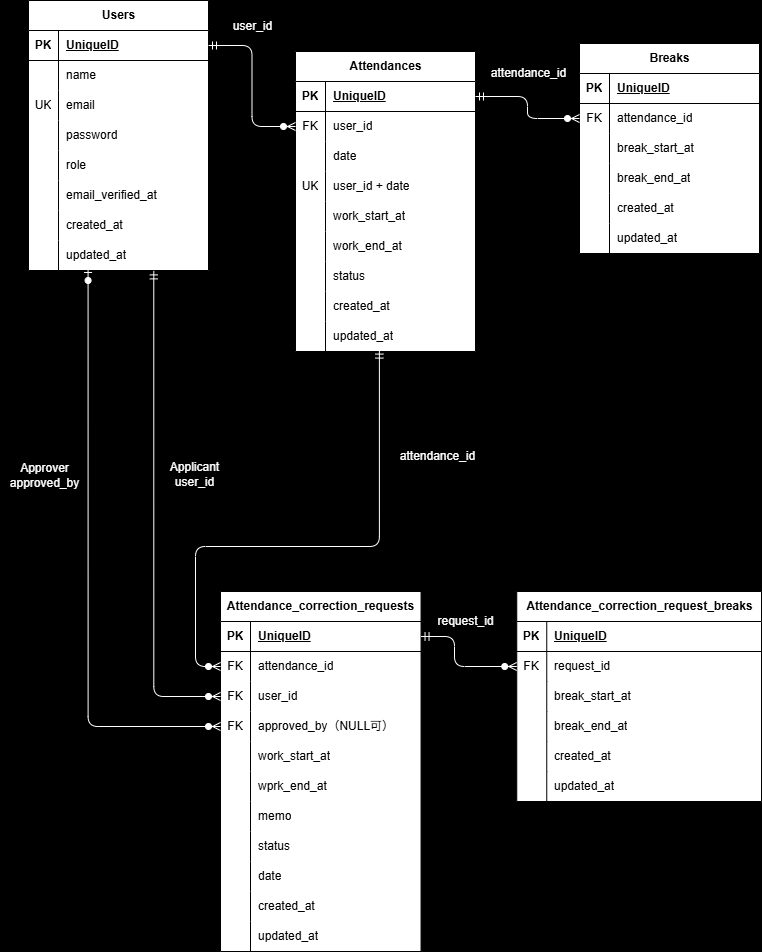
Above: index.drawio.png in lesser-fam/Mock-case2 (draw.io), before the change. Source tidied: cells renumbered, new cells last; positions are measured from the earlier drawing's top-left corner, leaving out a move shared by most shapes.
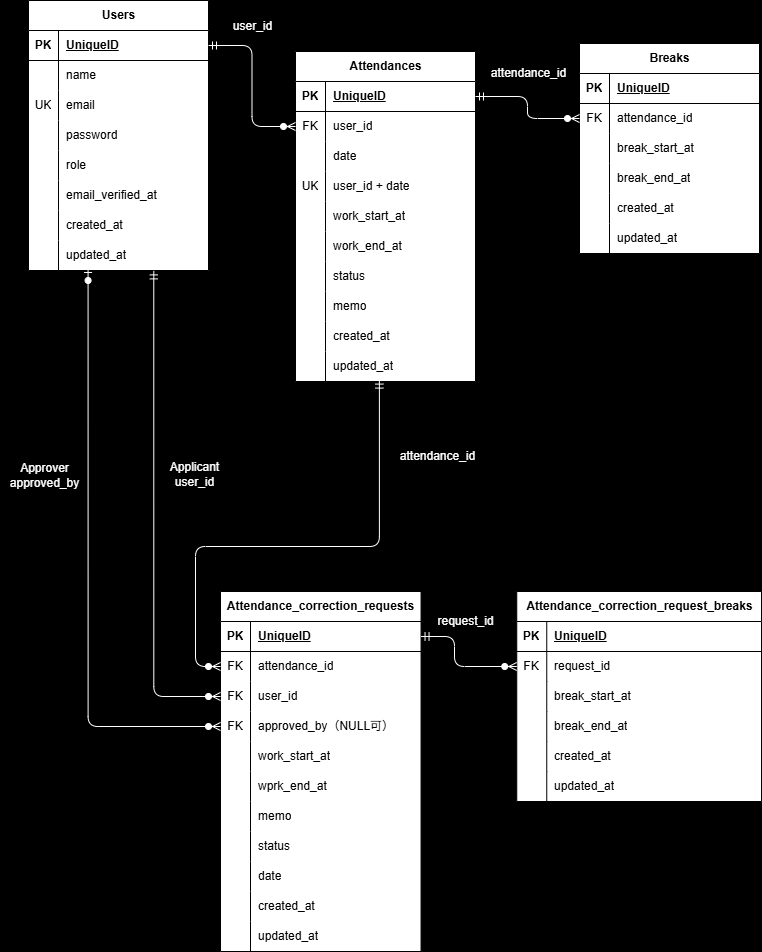
The same diagram one commit later.

The edit, as a diff of the source:
```diff
@@ -78,7 +78,7 @@
       <mxGeometry x="30" width="150" height="30" as="geometry" />
     </mxCell>
     <mxCell id="27" value="Attendances" style="shape=table;startSize=30;rowLines=0;fontStyle=1;align=center;html=1;swimlaneFillColor=default;" parent="1" vertex="1">
-      <mxGeometry x="295" y="51" width="180" height="300" as="geometry" />
+      <mxGeometry x="295" y="51" width="180" height="330" as="geometry" />
     </mxCell>
     <mxCell id="28" style="shape=tableRow;horizontal=0;startSize=0;swimlaneHead=0;swimlaneBody=0;fillColor=none;points=[[0,0.5],[1,0.5]];portConstraint=eastwest;top=0;left=0;right=0;bottom=1;" parent="27" vertex="1">
       <mxGeometry y="30" width="180" height="30" as="geometry" />
@@ -143,8 +143,17 @@
     <mxCell id="48" value="status" style="shape=partialRectangle;fillColor=none;top=0;left=0;bottom=0;right=0;align=left;spacingLeft=6;overflow=hidden;whiteSpace=wrap;html=1;" parent="46" vertex="1">
       <mxGeometry x="30" width="150" height="30" as="geometry" />
     </mxCell>
+    <mxCell id="139" style="shape=tableRow;horizontal=0;startSize=0;swimlaneHead=0;swimlaneBody=0;fillColor=none;top=0;left=0;right=0;bottom=0;" parent="27" vertex="1">
+      <mxGeometry y="240" width="180" height="30" as="geometry" />
+    </mxCell>
+    <mxCell id="140" style="shape=partialRectangle;fillColor=none;top=0;left=0;bottom=0;right=0;overflow=hidden;whiteSpace=wrap;html=1;" parent="139" vertex="1">
+      <mxGeometry width="30" height="30" as="geometry" />
+    </mxCell>
+    <mxCell id="141" value="memo" style="shape=partialRectangle;fillColor=none;top=0;left=0;bottom=0;right=0;align=left;spacingLeft=6;overflow=hidden;whiteSpace=wrap;html=1;" parent="139" vertex="1">
+      <mxGeometry x="30" width="150" height="30" as="geometry" />
+    </mxCell>
     <mxCell id="49" style="shape=tableRow;horizontal=0;startSize=0;swimlaneHead=0;swimlaneBody=0;fillColor=none;top=0;left=0;right=0;bottom=0;" parent="27" vertex="1">
-      <mxGeometry y="240" width="180" height="30" as="geometry" />
+      <mxGeometry y="270" width="180" height="30" as="geometry" />
     </mxCell>
     <mxCell id="50" style="shape=partialRectangle;fillColor=none;top=0;left=0;bottom=0;right=0;overflow=hidden;whiteSpace=wrap;html=1;" parent="49" vertex="1">
       <mxGeometry width="30" height="30" as="geometry" />
@@ -153,7 +162,7 @@
       <mxGeometry x="30" width="150" height="30" as="geometry" />
     </mxCell>
     <mxCell id="52" style="shape=tableRow;horizontal=0;startSize=0;swimlaneHead=0;swimlaneBody=0;fillColor=none;points=[[0,0.5],[1,0.5]];portConstraint=eastwest;top=0;left=0;right=0;bottom=0;" parent="27" vertex="1">
-      <mxGeometry y="270" width="180" height="30" as="geometry" />
+      <mxGeometry y="300" width="180" height="30" as="geometry" />
     </mxCell>
     <mxCell id="53" style="shape=partialRectangle;fillColor=none;top=0;left=0;bottom=0;right=0;overflow=hidden;whiteSpace=wrap;html=1;" parent="52" vertex="1">
       <mxGeometry width="30" height="30" as="geometry" />
```
